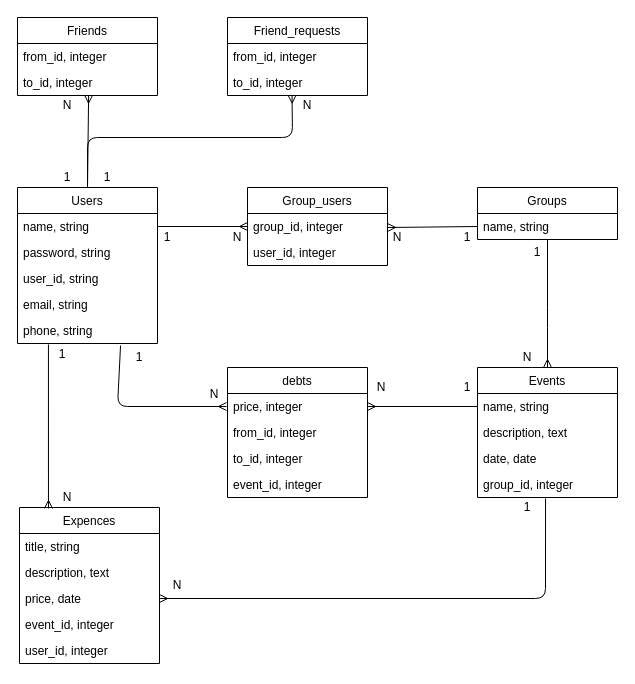
Above: minwari_db.drawio in mizuki0201/minwari-backend (draw.io), before the change. Source tidied: cells renumbered, new cells numbered last; positions are measured from the earlier drawing's top-left corner, leaving out a move shared by most shapes. Both pictures are drawn from the tidied source at 100%, with x=0, y=0 at pixel (17, 17).
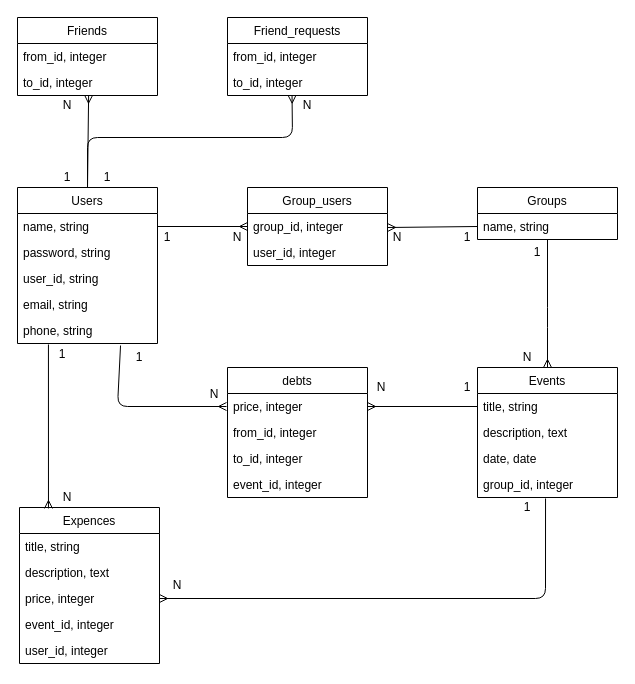
The same page after the edit.

Unchanged cells that the change refers to:
```xml
<mxCell id="19" value="Events" style="swimlane;fontStyle=0;horizontal=1;startSize=26;" parent="1" vertex="1">
  <mxGeometry x="460" y="350" width="140" height="130" as="geometry" />
</mxCell>
<mxCell id="27" value="Expences" style="swimlane;fontStyle=0;horizontal=1;startSize=26;" parent="1" vertex="1">
  <mxGeometry x="2" y="490" width="140" height="156" as="geometry" />
</mxCell>
```

Diff of the diagram source:
```diff
@@
-    <mxCell id="20" value="name, string" style="text;strokeColor=none;fillColor=none;align=left;verticalAlign=top;spacingLeft=4;spacingRight=4;overflow=hidden;points=[[0,0.5],[1,0.5]];portConstraint=eastwest;" parent="19" vertex="1">
+    <mxCell id="20" value="title, string" style="text;strokeColor=none;fillColor=none;align=left;verticalAlign=top;spacingLeft=4;spacingRight=4;overflow=hidden;points=[[0,0.5],[1,0.5]];portConstraint=eastwest;" parent="19" vertex="1">
       <mxGeometry y="26" width="140" height="26" as="geometry" />
     </mxCell>
@@
-    <mxCell id="30" value="price, date" style="text;strokeColor=none;fillColor=none;align=left;verticalAlign=top;spacingLeft=4;spacingRight=4;overflow=hidden;points=[[0,0.5],[1,0.5]];portConstraint=eastwest;" parent="27" vertex="1">
+    <mxCell id="30" value="price, integer" style="text;strokeColor=none;fillColor=none;align=left;verticalAlign=top;spacingLeft=4;spacingRight=4;overflow=hidden;points=[[0,0.5],[1,0.5]];portConstraint=eastwest;" parent="27" vertex="1">
       <mxGeometry y="78" width="140" height="26" as="geometry" />
     </mxCell>
```
